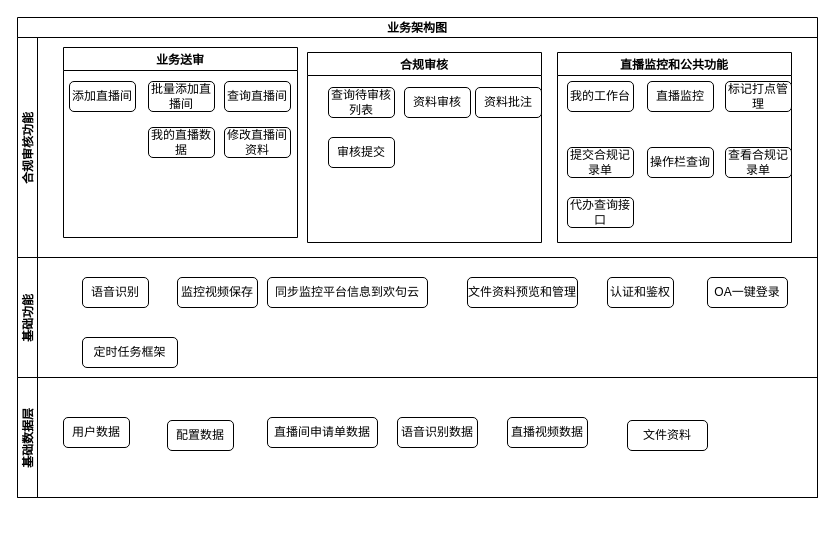
The draw.io diagram zhaoshang-service.drawio in liufbox/doc, before the edit. Source tidied: cells renumbered, new cells numbered last; positions are measured from the earlier drawing's top-left corner, leaving out a move shared by most shapes. Both pictures are drawn from the tidied source at 100%, with x=0, y=0 at pixel (17, 17).
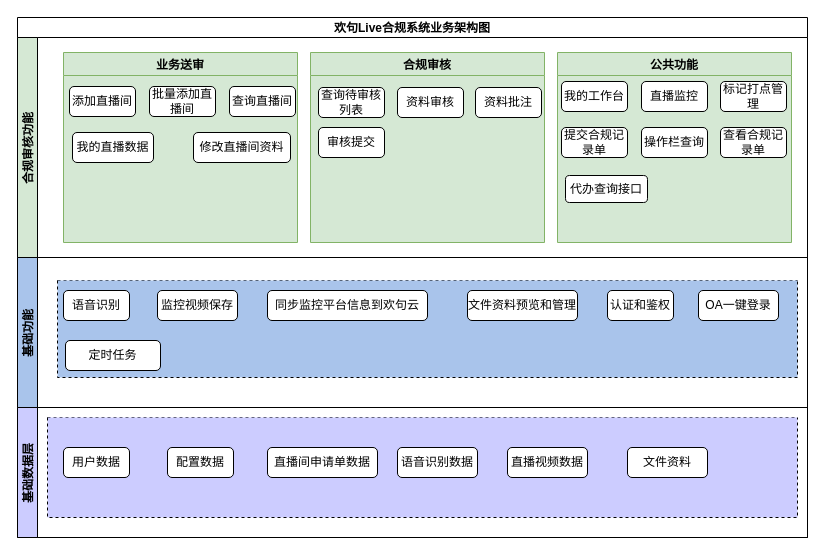
After the change.

What changed in the source:
```diff
@@
-    <mxCell id="2" value="业务架构图" style="swimlane;horizontal=1;startSize=20;" parent="1" vertex="1">
-      <mxGeometry width="800" height="480" as="geometry" />
+    <mxCell id="2" value="欢句Live合规系统业务架构图" style="swimlane;horizontal=1;startSize=20;" parent="1" vertex="1">
+      <mxGeometry width="790" height="520" as="geometry" />
     </mxCell>
-    <mxCell id="3" value="合规审核功能" style="swimlane;startSize=20;horizontal=0;" parent="2" vertex="1">
-      <mxGeometry y="20" width="800" height="220" as="geometry" />
+    <mxCell id="3" value="合规审核功能" style="swimlane;startSize=20;horizontal=0;fillColor=#D5E8D4;swimlaneFillColor=default;" parent="2" vertex="1">
+      <mxGeometry y="20" width="790" height="220" as="geometry" />
     </mxCell>
-    <mxCell id="4" value="业务送审" style="swimlane;" parent="3" vertex="1">
-      <mxGeometry x="46" y="10" width="234" height="190" as="geometry" />
+    <mxCell id="4" value="业务送审" style="swimlane;fillColor=#d5e8d4;strokeColor=#82b366;swimlaneFillColor=#D5E8D4;" parent="3" vertex="1">
+      <mxGeometry x="46" y="15" width="234" height="190" as="geometry" />
     </mxCell>
@@
     <mxCell id="6" value="批量添加直播间" style="rounded=1;whiteSpace=wrap;html=1;" parent="4" vertex="1">
-      <mxGeometry x="85" y="34" width="66" height="30" as="geometry" />
+      <mxGeometry x="86" y="34" width="66" height="30" as="geometry" />
     </mxCell>
     <mxCell id="7" value="查询直播间" style="rounded=1;whiteSpace=wrap;html=1;" parent="4" vertex="1">
-      <mxGeometry x="161" y="34" width="66" height="30" as="geometry" />
+      <mxGeometry x="166" y="34" width="66" height="30" as="geometry" />
     </mxCell>
     <mxCell id="8" value="我的直播数据" style="rounded=1;whiteSpace=wrap;html=1;" parent="4" vertex="1">
-      <mxGeometry x="85" y="80" width="66" height="30" as="geometry" />
+      <mxGeometry x="9" y="80" width="81" height="30" as="geometry" />
     </mxCell>
     <mxCell id="9" value="修改直播间资料" style="rounded=1;whiteSpace=wrap;html=1;" parent="4" vertex="1">
-      <mxGeometry x="161" y="80" width="66" height="30" as="geometry" />
+      <mxGeometry x="130" y="80" width="97" height="30" as="geometry" />
     </mxCell>
-    <mxCell id="10" value="合规审核" style="swimlane;" parent="3" vertex="1">
-      <mxGeometry x="290" y="15" width="234" height="190" as="geometry" />
+    <mxCell id="10" value="合规审核" style="swimlane;fillColor=#d5e8d4;strokeColor=#82b366;swimlaneFillColor=#D5E8D4;" parent="3" vertex="1">
+      <mxGeometry x="293" y="15" width="234" height="190" as="geometry" />
     </mxCell>
     <mxCell id="11" value="查询待审核列表" style="rounded=1;whiteSpace=wrap;html=1;" parent="10" vertex="1">
-      <mxGeometry x="21" y="35" width="66" height="30" as="geometry" />
+      <mxGeometry x="8" y="35" width="66" height="30" as="geometry" />
     </mxCell>
     <mxCell id="12" value="资料审核" style="rounded=1;whiteSpace=wrap;html=1;" parent="10" vertex="1">
-      <mxGeometry x="97" y="35" width="66" height="30" as="geometry" />
+      <mxGeometry x="87" y="35" width="66" height="30" as="geometry" />
     </mxCell>
     <mxCell id="13" value="资料批注" style="rounded=1;whiteSpace=wrap;html=1;" parent="10" vertex="1">
-      <mxGeometry x="168" y="35" width="66" height="30" as="geometry" />
+      <mxGeometry x="165" y="35" width="66" height="30" as="geometry" />
     </mxCell>
     <mxCell id="14" value="审核提交" style="rounded=1;whiteSpace=wrap;html=1;" parent="10" vertex="1">
-      <mxGeometry x="21" y="85" width="66" height="30" as="geometry" />
+      <mxGeometry x="8" y="75" width="66" height="30" as="geometry" />
     </mxCell>
-    <mxCell id="15" value="直播监控和公共功能" style="swimlane;" parent="3" vertex="1">
+    <mxCell id="15" value="公共功能" style="swimlane;fillColor=#d5e8d4;strokeColor=#82b366;swimlaneFillColor=#D5E8D4;" parent="3" vertex="1">
       <mxGeometry x="540" y="15" width="234" height="190" as="geometry" />
     </mxCell>
     <mxCell id="16" value="我的工作台" style="rounded=1;whiteSpace=wrap;html=1;" parent="15" vertex="1">
-      <mxGeometry x="10" y="29" width="66" height="30" as="geometry" />
+      <mxGeometry x="4" y="29" width="66" height="30" as="geometry" />
     </mxCell>
     <mxCell id="17" value="直播监控" style="rounded=1;whiteSpace=wrap;html=1;" parent="15" vertex="1">
-      <mxGeometry x="90" y="29" width="66" height="30" as="geometry" />
+      <mxGeometry x="84" y="29" width="66" height="30" as="geometry" />
     </mxCell>
     <mxCell id="18" value="标记打点管理" style="rounded=1;whiteSpace=wrap;html=1;" parent="15" vertex="1">
-      <mxGeometry x="168" y="29" width="66" height="30" as="geometry" />
+      <mxGeometry x="163" y="29" width="66" height="30" as="geometry" />
     </mxCell>
     <mxCell id="19" value="提交合规记录单" style="rounded=1;whiteSpace=wrap;html=1;" parent="15" vertex="1">
-      <mxGeometry x="10" y="95" width="66" height="30" as="geometry" />
+      <mxGeometry x="4" y="75" width="66" height="30" as="geometry" />
     </mxCell>
     <mxCell id="20" value="操作栏查询" style="rounded=1;whiteSpace=wrap;html=1;" parent="15" vertex="1">
-      <mxGeometry x="90" y="95" width="66" height="30" as="geometry" />
+      <mxGeometry x="84" y="75" width="66" height="30" as="geometry" />
     </mxCell>
     <mxCell id="21" value="查看合规记录单" style="rounded=1;whiteSpace=wrap;html=1;" parent="15" vertex="1">
-      <mxGeometry x="168" y="95" width="66" height="30" as="geometry" />
+      <mxGeometry x="163" y="75" width="66" height="30" as="geometry" />
     </mxCell>
     <mxCell id="22" value="代办查询接口" style="rounded=1;whiteSpace=wrap;html=1;" parent="15" vertex="1">
-      <mxGeometry x="10" y="145" width="66" height="30" as="geometry" />
+      <mxGeometry x="8" y="123" width="82" height="27" as="geometry" />
     </mxCell>
-    <mxCell id="23" value="基础功能" style="swimlane;startSize=20;horizontal=0;" parent="2" vertex="1">
-      <mxGeometry y="240" width="800" height="120" as="geometry" />
+    <mxCell id="23" value="基础功能" style="swimlane;startSize=20;horizontal=0;fillColor=#A9C4EB;" parent="2" vertex="1">
+      <mxGeometry y="240" width="790" height="150" as="geometry" />
     </mxCell>
+    <mxCell id="38" style="swimlane;startSize=0;swimlaneFillColor=#A9C4EB;dashed=1;" parent="23" vertex="1">
+      <mxGeometry x="40" y="23" width="740" height="97" as="geometry" />
+    </mxCell>
     <mxCell id="24" value="语音识别" style="rounded=1;whiteSpace=wrap;html=1;" parent="23" vertex="1">
-      <mxGeometry x="65" y="20" width="66" height="30" as="geometry" />
+      <mxGeometry x="46" y="33" width="66" height="30" as="geometry" />
     </mxCell>
     <mxCell id="25" value="监控视频保存" style="rounded=1;whiteSpace=wrap;html=1;" parent="23" vertex="1">
-      <mxGeometry x="160" y="20" width="80" height="30" as="geometry" />
+      <mxGeometry x="140" y="33" width="80" height="30" as="geometry" />
     </mxCell>
     <mxCell id="26" value="同步监控平台信息到欢句云" style="rounded=1;whiteSpace=wrap;html=1;" parent="23" vertex="1">
-      <mxGeometry x="250" y="20" width="160" height="30" as="geometry" />
+      <mxGeometry x="250" y="33" width="160" height="30" as="geometry" />
     </mxCell>
     <mxCell id="27" value="文件资料预览和管理" style="rounded=1;whiteSpace=wrap;html=1;" parent="23" vertex="1">
-      <mxGeometry x="450" y="20" width="110" height="30" as="geometry" />
+      <mxGeometry x="450" y="33" width="110" height="30" as="geometry" />
     </mxCell>
     <mxCell id="28" value="认证和鉴权" style="rounded=1;whiteSpace=wrap;html=1;" parent="23" vertex="1">
-      <mxGeometry x="590" y="20" width="66" height="30" as="geometry" />
+      <mxGeometry x="590" y="33" width="66" height="30" as="geometry" />
     </mxCell>
     <mxCell id="29" value="OA一键登录" style="rounded=1;whiteSpace=wrap;html=1;" parent="23" vertex="1">
-      <mxGeometry x="690" y="20" width="80" height="30" as="geometry" />
+      <mxGeometry x="681" y="33" width="80" height="30" as="geometry" />
     </mxCell>
-    <mxCell id="30" value="定时任务框架" style="rounded=1;whiteSpace=wrap;html=1;" parent="23" vertex="1">
-      <mxGeometry x="65" y="80" width="95" height="30" as="geometry" />
+    <mxCell id="30" value="定时任务" style="rounded=1;whiteSpace=wrap;html=1;" parent="23" vertex="1">
+      <mxGeometry x="48" y="83" width="95" height="30" as="geometry" />
     </mxCell>
+    <mxCell id="39" style="edgeStyle=orthogonalEdgeStyle;rounded=0;orthogonalLoop=1;jettySize=auto;html=1;exitX=0.5;exitY=1;exitDx=0;exitDy=0;" parent="23" edge="1">
+      <mxGeometry relative="1" as="geometry">
+        <mxPoint x="738" y="63" as="sourcePoint" />
+        <mxPoint x="738" y="63" as="targetPoint" />
+      </mxGeometry>
+    </mxCell>
-    <mxCell id="31" value="基础数据层" style="swimlane;startSize=20;horizontal=0;" parent="2" vertex="1">
-      <mxGeometry y="360" width="800" height="120" as="geometry" />
+    <mxCell id="31" value="基础数据层" style="swimlane;startSize=20;horizontal=0;fillColor=#CCCCFF;" parent="2" vertex="1">
+      <mxGeometry y="390" width="790" height="130" as="geometry" />
     </mxCell>
+    <mxCell id="40" style="swimlane;startSize=0;dashed=1;fillColor=#CCCCFF;gradientColor=none;swimlaneFillColor=#CCCCFF;" parent="31" vertex="1">
+      <mxGeometry x="30" y="10" width="750" height="100" as="geometry" />
+    </mxCell>
@@
     <mxCell id="33" value="配置数据" style="rounded=1;whiteSpace=wrap;html=1;" parent="31" vertex="1">
-      <mxGeometry x="150" y="43" width="66" height="30" as="geometry" />
+      <mxGeometry x="150" y="40" width="66" height="30" as="geometry" />
     </mxCell>
@@
     <mxCell id="37" value="文件资料" style="rounded=1;whiteSpace=wrap;html=1;" parent="31" vertex="1">
-      <mxGeometry x="610" y="43" width="80" height="30" as="geometry" />
+      <mxGeometry x="610" y="40" width="80" height="30" as="geometry" />
     </mxCell>
```
